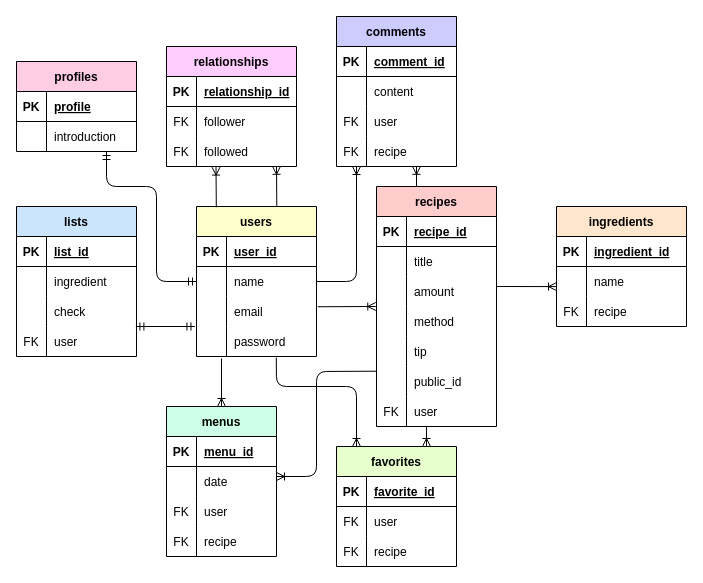
Before: config/table.dio in yuuuuki15/recipe_app, a draw.io diagram. Source tidied: cells renumbered, new cells numbered last; positions are measured from the earlier drawing's top-left corner, leaving out a move shared by most shapes. Both pictures are drawn from the tidied source at 100%, with x=0, y=0 at pixel (16, 16).
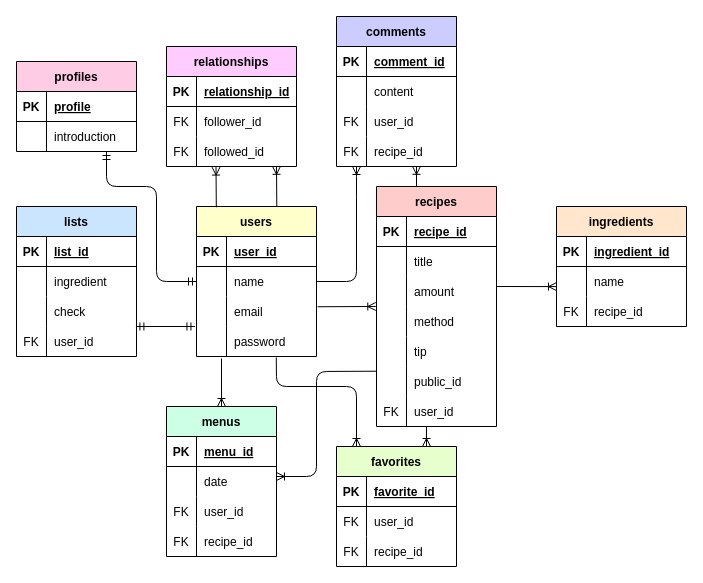
The same diagram, later.

Commit message:
テーブル設計変更

FKをPKの表記に合わせる
例）user_id

Unchanged cells that the change refers to:
```xml
<mxCell id="34" style="shape=partialRectangle;fillColor=none;top=0;left=0;bottom=0;right=0;" parent="15" vertex="1">
  <mxGeometry y="210" width="120" height="30" as="geometry" />
</mxCell>
<mxCell id="44" style="shape=partialRectangle;fillColor=none;top=0;left=0;bottom=0;right=0;" parent="37" vertex="1">
  <mxGeometry y="90" width="130" height="30" as="geometry" />
</mxCell>
<mxCell id="54" style="shape=partialRectangle;fillColor=none;top=0;left=0;bottom=0;right=0;" parent="47" vertex="1">
  <mxGeometry y="90" width="120" height="30" as="geometry" />
</mxCell>
<mxCell id="57" style="shape=partialRectangle;fillColor=none;top=0;left=0;bottom=0;right=0;" parent="47" vertex="1">
  <mxGeometry y="120" width="120" height="30" as="geometry" />
</mxCell>
<mxCell id="64" style="shape=partialRectangle;fillColor=none;top=0;left=0;bottom=0;right=0;" parent="60" vertex="1">
  <mxGeometry y="60" width="120" height="30" as="geometry" />
</mxCell>
<mxCell id="67" style="shape=partialRectangle;fillColor=none;top=0;left=0;bottom=0;right=0;" parent="60" vertex="1">
  <mxGeometry y="90" width="120" height="30" as="geometry" />
</mxCell>
<mxCell id="77" style="shape=partialRectangle;fillColor=none;top=0;left=0;bottom=0;right=0;" parent="70" vertex="1">
  <mxGeometry y="90" width="110" height="30" as="geometry" />
</mxCell>
<mxCell id="80" style="shape=partialRectangle;fillColor=none;top=0;left=0;bottom=0;right=0;" parent="70" vertex="1">
  <mxGeometry y="120" width="110" height="30" as="geometry" />
</mxCell>
<mxCell id="93" style="shape=partialRectangle;fillColor=none;top=0;left=0;bottom=0;right=0;points=[[0,0.5],[1,0.5]];portConstraint=eastwest;" parent="83" vertex="1">
  <mxGeometry y="120" width="120" height="30" as="geometry" />
</mxCell>
<mxCell id="108" style="shape=partialRectangle;fillColor=none;top=0;left=0;bottom=0;right=0;" parent="104" vertex="1">
  <mxGeometry y="60" width="130" height="30" as="geometry" />
</mxCell>
<mxCell id="111" style="shape=partialRectangle;fillColor=none;top=0;left=0;bottom=0;right=0;points=[[0,0.5],[1,0.5]];portConstraint=eastwest;" parent="104" vertex="1">
  <mxGeometry y="90" width="130" height="30" as="geometry" />
</mxCell>
```

The edit, as a diff of the source:
```diff
@@
-    <mxCell id="36" value="user" style="shape=partialRectangle;fillColor=none;top=0;left=0;bottom=0;right=0;align=left;spacingLeft=6;overflow=hidden;" parent="34" vertex="1">
+    <mxCell id="36" value="user_id" style="shape=partialRectangle;fillColor=none;top=0;left=0;bottom=0;right=0;align=left;spacingLeft=6;overflow=hidden;" parent="34" vertex="1">
       <mxGeometry x="30" width="90" height="30" as="geometry" />
     </mxCell>
@@
-    <mxCell id="46" value="recipe" style="shape=partialRectangle;fillColor=none;top=0;left=0;bottom=0;right=0;align=left;spacingLeft=6;overflow=hidden;" parent="44" vertex="1">
+    <mxCell id="46" value="recipe_id" style="shape=partialRectangle;fillColor=none;top=0;left=0;bottom=0;right=0;align=left;spacingLeft=6;overflow=hidden;" parent="44" vertex="1">
       <mxGeometry x="30" width="100" height="30" as="geometry" />
     </mxCell>
@@
-    <mxCell id="56" value="user" style="shape=partialRectangle;fillColor=none;top=0;left=0;bottom=0;right=0;align=left;spacingLeft=6;overflow=hidden;" parent="54" vertex="1">
+    <mxCell id="56" value="user_id" style="shape=partialRectangle;fillColor=none;top=0;left=0;bottom=0;right=0;align=left;spacingLeft=6;overflow=hidden;" parent="54" vertex="1">
       <mxGeometry x="30" width="90" height="30" as="geometry" />
     </mxCell>
@@
-    <mxCell id="59" value="recipe" style="shape=partialRectangle;fillColor=none;top=0;left=0;bottom=0;right=0;align=left;spacingLeft=6;overflow=hidden;" parent="57" vertex="1">
+    <mxCell id="59" value="recipe_id" style="shape=partialRectangle;fillColor=none;top=0;left=0;bottom=0;right=0;align=left;spacingLeft=6;overflow=hidden;" parent="57" vertex="1">
       <mxGeometry x="30" width="90" height="30" as="geometry" />
     </mxCell>
@@
-    <mxCell id="66" value="user" style="shape=partialRectangle;fillColor=none;top=0;left=0;bottom=0;right=0;align=left;spacingLeft=6;overflow=hidden;" parent="64" vertex="1">
+    <mxCell id="66" value="user_id" style="shape=partialRectangle;fillColor=none;top=0;left=0;bottom=0;right=0;align=left;spacingLeft=6;overflow=hidden;" parent="64" vertex="1">
       <mxGeometry x="30" width="90" height="30" as="geometry" />
     </mxCell>
@@
-    <mxCell id="69" value="recipe" style="shape=partialRectangle;fillColor=none;top=0;left=0;bottom=0;right=0;align=left;spacingLeft=6;overflow=hidden;" parent="67" vertex="1">
+    <mxCell id="69" value="recipe_id" style="shape=partialRectangle;fillColor=none;top=0;left=0;bottom=0;right=0;align=left;spacingLeft=6;overflow=hidden;" parent="67" vertex="1">
       <mxGeometry x="30" width="90" height="30" as="geometry" />
     </mxCell>
@@
-    <mxCell id="79" value="user" style="shape=partialRectangle;fillColor=none;top=0;left=0;bottom=0;right=0;align=left;spacingLeft=6;overflow=hidden;" parent="77" vertex="1">
+    <mxCell id="79" value="user_id" style="shape=partialRectangle;fillColor=none;top=0;left=0;bottom=0;right=0;align=left;spacingLeft=6;overflow=hidden;" parent="77" vertex="1">
       <mxGeometry x="30" width="80" height="30" as="geometry" />
     </mxCell>
@@
-    <mxCell id="82" value="recipe" style="shape=partialRectangle;fillColor=none;top=0;left=0;bottom=0;right=0;align=left;spacingLeft=6;overflow=hidden;" parent="80" vertex="1">
+    <mxCell id="82" value="recipe_id" style="shape=partialRectangle;fillColor=none;top=0;left=0;bottom=0;right=0;align=left;spacingLeft=6;overflow=hidden;" parent="80" vertex="1">
       <mxGeometry x="30" width="80" height="30" as="geometry" />
     </mxCell>
@@
-    <mxCell id="95" value="user" style="shape=partialRectangle;fillColor=none;top=0;left=0;bottom=0;right=0;align=left;spacingLeft=6;overflow=hidden;" parent="93" vertex="1">
+    <mxCell id="95" value="user_id" style="shape=partialRectangle;fillColor=none;top=0;left=0;bottom=0;right=0;align=left;spacingLeft=6;overflow=hidden;" parent="93" vertex="1">
       <mxGeometry x="30" width="90" height="30" as="geometry" />
     </mxCell>
@@
-    <mxCell id="110" value="follower" style="shape=partialRectangle;fillColor=none;top=0;left=0;bottom=0;right=0;align=left;spacingLeft=6;overflow=hidden;" parent="108" vertex="1">
+    <mxCell id="110" value="follower_id" style="shape=partialRectangle;fillColor=none;top=0;left=0;bottom=0;right=0;align=left;spacingLeft=6;overflow=hidden;" parent="108" vertex="1">
       <mxGeometry x="30" width="100" height="30" as="geometry" />
     </mxCell>
@@
-    <mxCell id="113" value="followed" style="shape=partialRectangle;fillColor=none;top=0;left=0;bottom=0;right=0;align=left;spacingLeft=6;overflow=hidden;" parent="111" vertex="1">
+    <mxCell id="113" value="followed_id" style="shape=partialRectangle;fillColor=none;top=0;left=0;bottom=0;right=0;align=left;spacingLeft=6;overflow=hidden;" parent="111" vertex="1">
       <mxGeometry x="30" width="100" height="30" as="geometry" />
     </mxCell>
```
